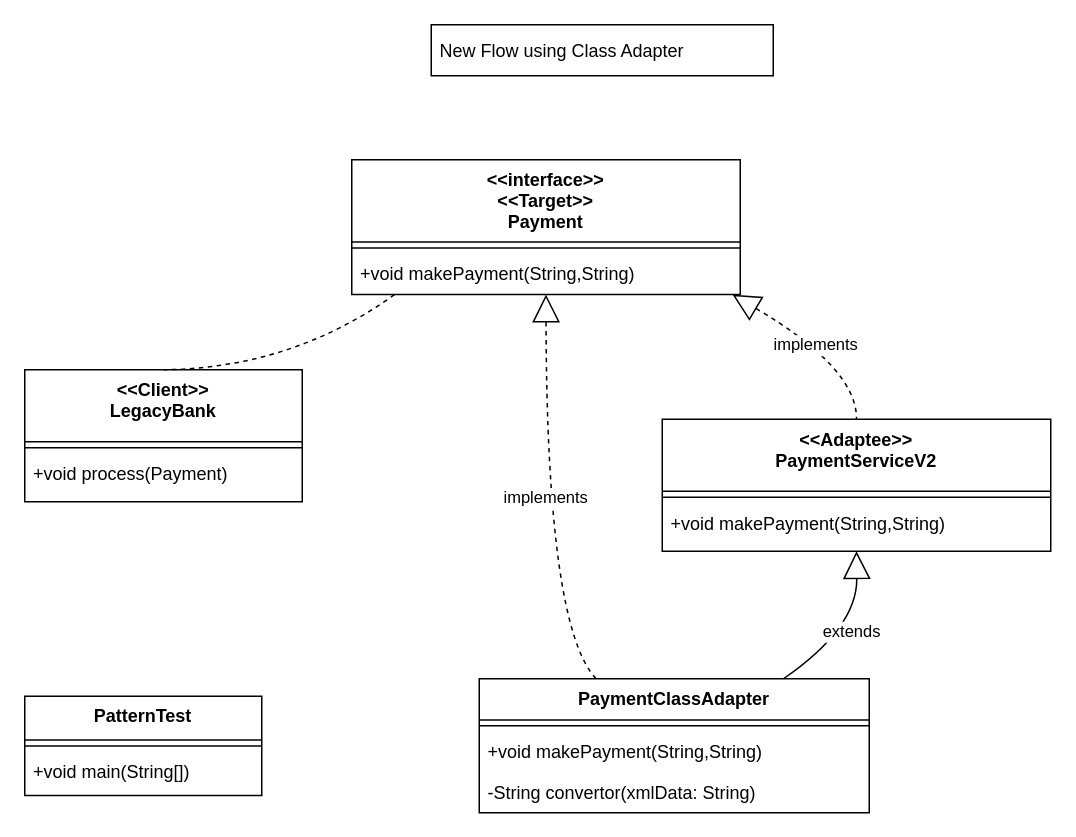
The draw.io diagram docs/gurupalaniveltech.learning.structural.adapter/newflow_class.drawio in gurupalaniveltech/design-pattern, before the edit. Source tidied: cells renumbered, new cells numbered last; positions are measured from the earlier drawing's top-left corner, leaving out a move shared by most shapes. Both pictures are drawn from the tidied source at 150%, with x=0, y=0 at pixel (24, 24).
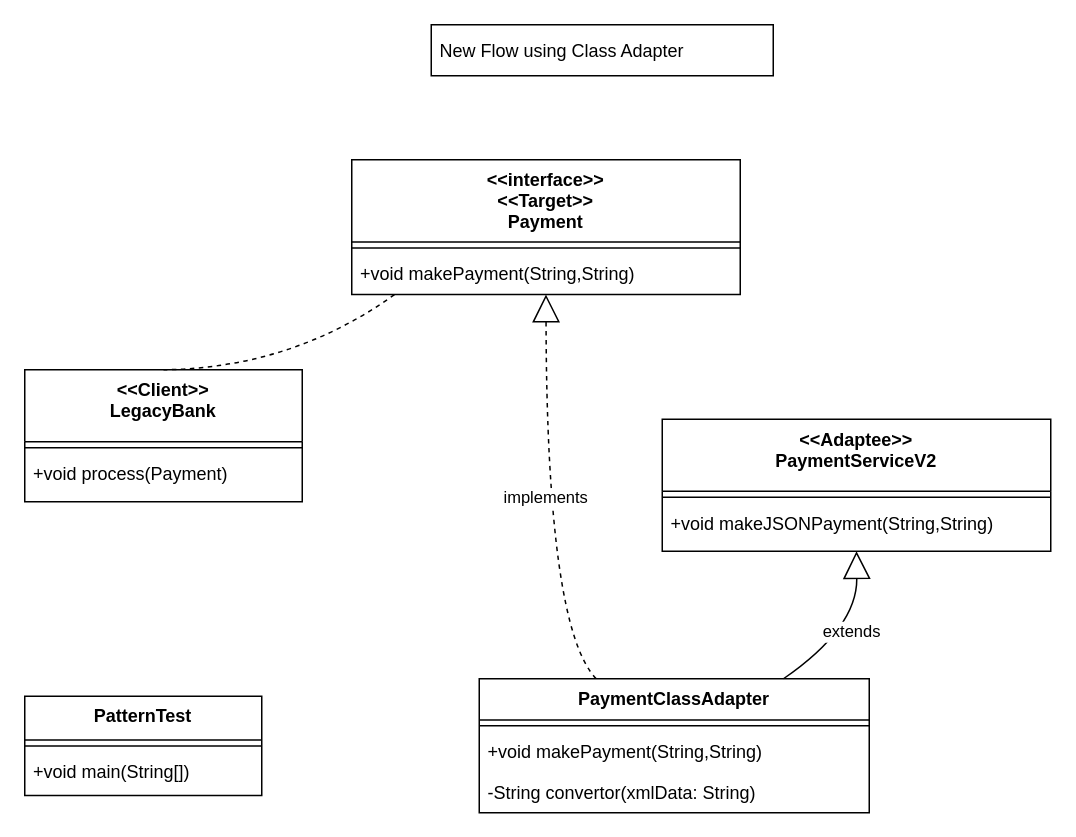
Above is the later version.

Unchanged cells that the change refers to:
```xml
<mxCell id="8" value="&lt;&lt;interface&gt;&gt;&#10;&lt;&lt;Target&gt;&gt;&#10;Payment" style="swimlane;fontStyle=1;align=center;verticalAlign=top;horizontal=1;startSize=54.857142857142854;" parent="1" vertex="1">
  <mxGeometry x="218" y="90" width="259" height="89.9" as="geometry" />
</mxCell>
<mxCell id="11" value="&lt;&lt;Adaptee&gt;&gt;&#10;PaymentServiceV2" style="swimlane;fontStyle=1;align=center;verticalAlign=top;horizontal=1;startSize=48;" parent="1" vertex="1">
  <mxGeometry x="425" y="263" width="259" height="88" as="geometry" />
</mxCell>
```

What changed in the source:
```diff
@@
-    <mxCell id="13" value="+void makePayment(String,String)" style="text;strokeColor=none;fillColor=none;align=left;verticalAlign=top;spacingLeft=4;spacingRight=4;overflow=hidden;" parent="11" vertex="1">
+    <mxCell id="13" value="+void makeJSONPayment(String,String)" style="text;strokeColor=none;fillColor=none;align=left;verticalAlign=top;spacingLeft=4;spacingRight=4;overflow=hidden;" parent="11" vertex="1">
       <mxGeometry y="56" width="259" height="32" as="geometry" />
     </mxCell>
@@
-    <mxCell id="19" value="implements" style="curved=1;dashed=1;startArrow=block;startSize=16;startFill=0;endArrow=none;exitX=0.98;exitY=1;entryX=0.5;entryY=0;rounded=0;" parent="1" edge="1" source="8" target="11">
-      <mxGeometry relative="1" as="geometry">
-        <Array as="points">
-          <mxPoint x="555" y="229" />
-        </Array>
-      </mxGeometry>
-    </mxCell>
```
